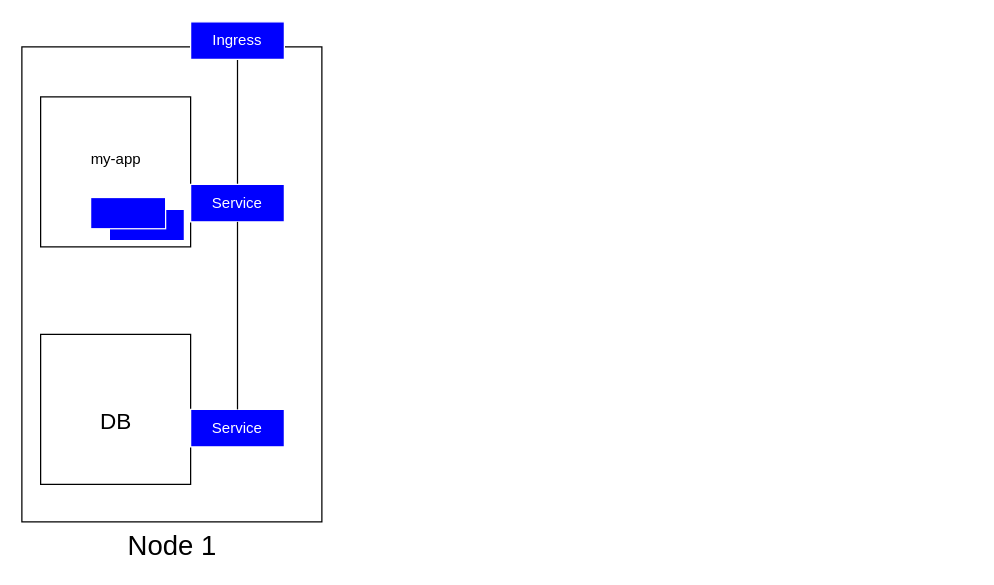
The draw.io diagram page "External-Ingress" (3 of 12) of Kubernetes.drawio in BachlChrisi/kubernetes-presentation, before the edit. Source tidied: cells renumbered, new cells numbered last; positions are measured from the earlier drawing's top-left corner, leaving out a move shared by most shapes. Both pictures are drawn from the tidied source at 125%, with x=0, y=0 at pixel (21, 21).
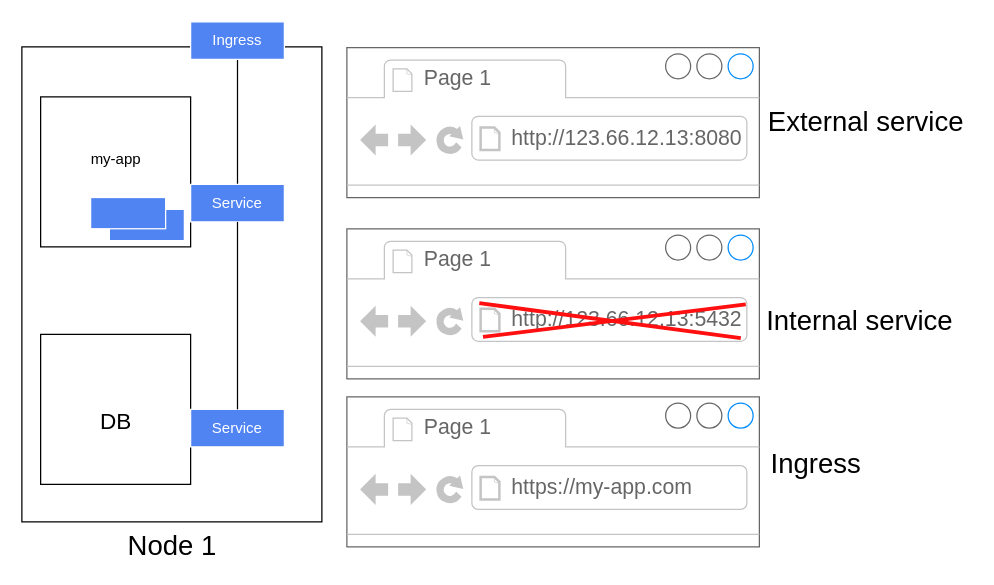
Above is the later version.

Diff of the diagram source:
```diff
@@
-    <mxCell id="8" value="&lt;font color=&quot;#ffffff&quot;&gt;Service&lt;/font&gt;" style="rounded=0;whiteSpace=wrap;html=1;fillColor=#0000FF;strokeColor=#FFFFFF;" parent="1" vertex="1">
+    <mxCell id="8" value="&lt;font color=&quot;#ffffff&quot;&gt;Service&lt;/font&gt;" style="rounded=0;whiteSpace=wrap;html=1;strokeColor=#FFFFFF;fillColor=#5184F3;" parent="1" vertex="1">
       <mxGeometry x="135" y="310" width="75" height="30" as="geometry" />
     </mxCell>
@@
-    <mxCell id="10" value="&lt;font color=&quot;#ffffff&quot;&gt;Service&lt;/font&gt;" style="rounded=0;whiteSpace=wrap;html=1;fillColor=#0000FF;strokeColor=#FFFFFF;" parent="1" vertex="1">
+    <mxCell id="10" value="&lt;font color=&quot;#ffffff&quot;&gt;Service&lt;/font&gt;" style="rounded=0;whiteSpace=wrap;html=1;strokeColor=#FFFFFF;fillColor=#5184F3;" parent="1" vertex="1">
       <mxGeometry x="135" y="130" width="75" height="30" as="geometry" />
     </mxCell>
@@
-    <mxCell id="12" style="rounded=0;whiteSpace=wrap;html=1;strokeColor=#FFFFFF;fillColor=#0000FF;" parent="1" vertex="1">
+    <mxCell id="12" style="rounded=0;whiteSpace=wrap;html=1;strokeColor=#FFFFFF;fillColor=#5184F3;" parent="1" vertex="1">
       <mxGeometry x="70" y="150" width="60" height="25" as="geometry" />
     </mxCell>
-    <mxCell id="13" style="rounded=0;whiteSpace=wrap;html=1;strokeColor=#FFFFFF;fillColor=#0000FF;" parent="1" vertex="1">
+    <mxCell id="13" style="rounded=0;whiteSpace=wrap;html=1;strokeColor=#FFFFFF;fillColor=#5184F3;" parent="1" vertex="1">
       <mxGeometry x="55" y="140.5" width="60" height="25" as="geometry" />
     </mxCell>
-    <mxCell id="14" value="&lt;font color=&quot;#ffffff&quot;&gt;Ingress&lt;/font&gt;" style="rounded=0;whiteSpace=wrap;html=1;fillColor=#0000FF;strokeColor=#FFFFFF;" parent="1" vertex="1">
+    <mxCell id="14" value="&lt;font color=&quot;#ffffff&quot;&gt;Ingress&lt;/font&gt;" style="rounded=0;whiteSpace=wrap;html=1;strokeColor=#FFFFFF;fillColor=#5184F3;" parent="1" vertex="1">
       <mxGeometry x="135" width="75" height="30" as="geometry" />
     </mxCell>
+    <mxCell id="15" style="strokeWidth=1;shadow=0;dashed=0;align=center;html=1;shape=mxgraph.mockup.containers.browserWindow;rSize=0;strokeColor=#666666;strokeColor2=#008cff;strokeColor3=#c4c4c4;mainText=,;" parent="1" vertex="1">
+      <mxGeometry x="260" y="20.5" width="330" height="120" as="geometry" />
+    </mxCell>
+    <mxCell id="16" value="Page 1" style="strokeWidth=1;shadow=0;dashed=0;align=center;html=1;shape=mxgraph.mockup.containers.anchor;fontSize=17;fontColor=#666666;align=left;" parent="15" vertex="1">
+      <mxGeometry x="60" y="12" width="110" height="26" as="geometry" />
+    </mxCell>
+    <mxCell id="17" value="http://123.66.12.13:8080" style="strokeWidth=1;shadow=0;dashed=0;align=center;html=1;shape=mxgraph.mockup.containers.anchor;rSize=0;fontSize=17;fontColor=#666666;align=left;" parent="15" vertex="1">
+      <mxGeometry x="130" y="60" width="250" height="26" as="geometry" />
+    </mxCell>
+    <mxCell id="18" style="strokeWidth=1;shadow=0;dashed=0;align=center;html=1;shape=mxgraph.mockup.containers.browserWindow;rSize=0;strokeColor=#666666;strokeColor2=#008cff;strokeColor3=#c4c4c4;mainText=,;" parent="1" vertex="1">
+      <mxGeometry x="260" y="165.5" width="330" height="120" as="geometry" />
+    </mxCell>
+    <mxCell id="19" value="Page 1" style="strokeWidth=1;shadow=0;dashed=0;align=center;html=1;shape=mxgraph.mockup.containers.anchor;fontSize=17;fontColor=#666666;align=left;" parent="18" vertex="1">
+      <mxGeometry x="60" y="12" width="110" height="26" as="geometry" />
+    </mxCell>
+    <mxCell id="20" value="http://123.66.12.13:5432" style="strokeWidth=1;shadow=0;dashed=0;align=center;html=1;shape=mxgraph.mockup.containers.anchor;rSize=0;fontSize=17;fontColor=#666666;align=left;" parent="18" vertex="1">
+      <mxGeometry x="130" y="60" width="250" height="26" as="geometry" />
+    </mxCell>
+    <mxCell id="21" value="&lt;font style=&quot;font-size: 22px&quot;&gt;External service&lt;/font&gt;" style="text;html=1;align=center;verticalAlign=middle;" parent="1" vertex="1">
+      <mxGeometry x="590" y="70.5" width="170" height="20" as="geometry" />
+    </mxCell>
+    <mxCell id="22" value="&lt;font style=&quot;font-size: 22px&quot;&gt;Internal service&lt;/font&gt;" style="text;html=1;align=center;verticalAlign=middle;" parent="1" vertex="1">
+      <mxGeometry x="590" y="230" width="160" height="20" as="geometry" />
+    </mxCell>
+    <mxCell id="23" style="strokeWidth=1;shadow=0;dashed=0;align=center;html=1;shape=mxgraph.mockup.containers.browserWindow;rSize=0;strokeColor=#666666;strokeColor2=#008cff;strokeColor3=#c4c4c4;mainText=,;" parent="1" vertex="1">
+      <mxGeometry x="260" y="300" width="330" height="120" as="geometry" />
+    </mxCell>
+    <mxCell id="24" value="Page 1" style="strokeWidth=1;shadow=0;dashed=0;align=center;html=1;shape=mxgraph.mockup.containers.anchor;fontSize=17;fontColor=#666666;align=left;" parent="23" vertex="1">
+      <mxGeometry x="60" y="12" width="110" height="26" as="geometry" />
+    </mxCell>
+    <mxCell id="25" value="https://my-app.com" style="strokeWidth=1;shadow=0;dashed=0;align=center;html=1;shape=mxgraph.mockup.containers.anchor;rSize=0;fontSize=17;fontColor=#666666;align=left;" parent="23" vertex="1">
+      <mxGeometry x="130" y="60" width="250" height="26" as="geometry" />
+    </mxCell>
+    <mxCell id="26" value="&lt;font style=&quot;font-size: 22px&quot;&gt;Ingress&lt;/font&gt;" style="text;html=1;align=center;verticalAlign=middle;" parent="1" vertex="1">
+      <mxGeometry x="590" y="344" width="90" height="20" as="geometry" />
+    </mxCell>
+    <mxCell id="27" style="endArrow=none;html=1;entryX=0.955;entryY=0.729;entryDx=0;entryDy=0;entryPerimeter=0;exitX=0.321;exitY=0.496;exitDx=0;exitDy=0;exitPerimeter=0;strokeColor=#FF0F0F;strokeWidth=3;" parent="1" edge="1" source="18" target="18">
+      <mxGeometry relative="1" as="geometry" />
+    </mxCell>
+    <mxCell id="28" style="endArrow=none;html=1;entryX=0.967;entryY=0.504;entryDx=0;entryDy=0;entryPerimeter=0;exitX=0.33;exitY=0.721;exitDx=0;exitDy=0;exitPerimeter=0;strokeColor=#FF0F0F;strokeWidth=3;" parent="1" edge="1" source="18" target="18">
+      <mxGeometry relative="1" as="geometry" />
+    </mxCell>
```
